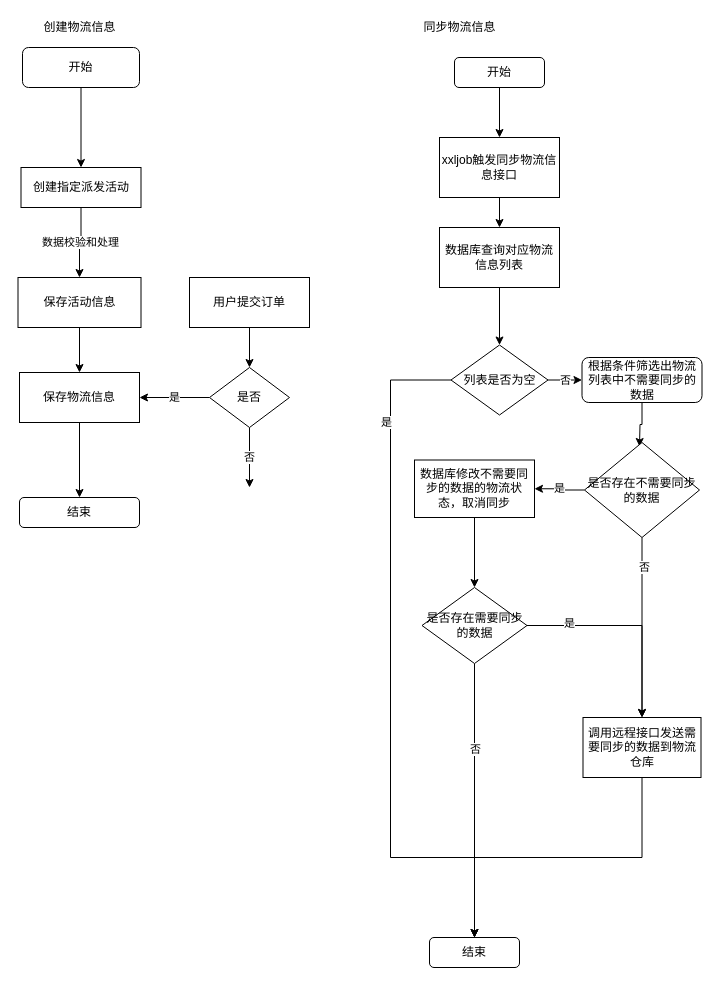
Above: Untitled Diagram.drawio in 17864293318/document (draw.io), before the change. Source tidied: cells renumbered, new cells numbered last; positions are measured from the earlier drawing's top-left corner, leaving out a move shared by most shapes. Both pictures are drawn from the tidied source at 100%, with x=0, y=0 at pixel (17, 17).
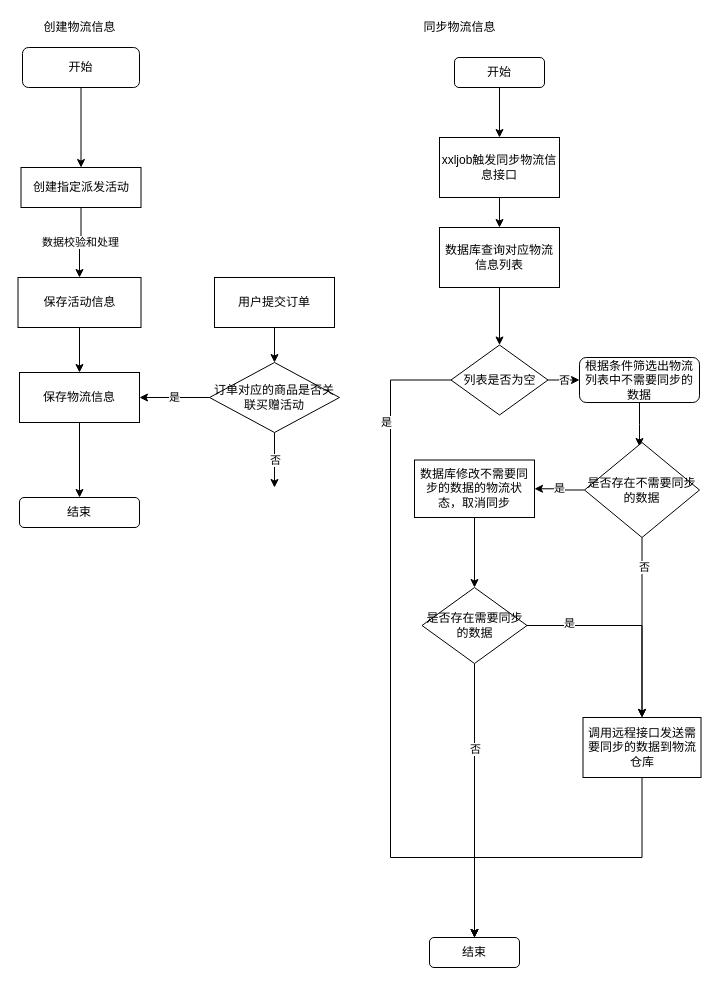
The same diagram, later.

Change to the diagram source:
```diff
@@
     <mxCell id="23" value="根据条件筛选出物流列表中不需要同步的数据" style="rounded=1;whiteSpace=wrap;html=1;" parent="1" vertex="1">
-      <mxGeometry x="564.5" y="340" width="120" height="45" as="geometry" />
+      <mxGeometry x="562" y="340" width="120" height="45" as="geometry" />
     </mxCell>
@@
     <mxCell id="39" value="用户提交订单" style="rounded=0;whiteSpace=wrap;html=1;" parent="1" vertex="1">
-      <mxGeometry x="172" y="260" width="120" height="50" as="geometry" />
+      <mxGeometry x="197" y="260" width="120" height="50" as="geometry" />
     </mxCell>
@@
     <mxCell id="41" value="否" style="edgeStyle=orthogonalEdgeStyle;rounded=0;jettySize=auto;html=1;exitX=0.5;exitY=1;exitDx=0;exitDy=0;" parent="1" edge="1" source="42">
       <mxGeometry relative="1" as="geometry">
-        <mxPoint x="232" y="470" as="targetPoint" />
+        <mxPoint x="257" y="470" as="targetPoint" />
       </mxGeometry>
     </mxCell>
-    <mxCell id="42" value="是否" style="rhombus;whiteSpace=wrap;html=1;" parent="1" vertex="1">
-      <mxGeometry x="192" y="350" width="80" height="60" as="geometry" />
+    <mxCell id="42" value="订单对应的商品是否关联买赠活动" style="rhombus;whiteSpace=wrap;html=1;" parent="1" vertex="1">
+      <mxGeometry x="192" y="345" width="130" height="70" as="geometry" />
     </mxCell>
```
